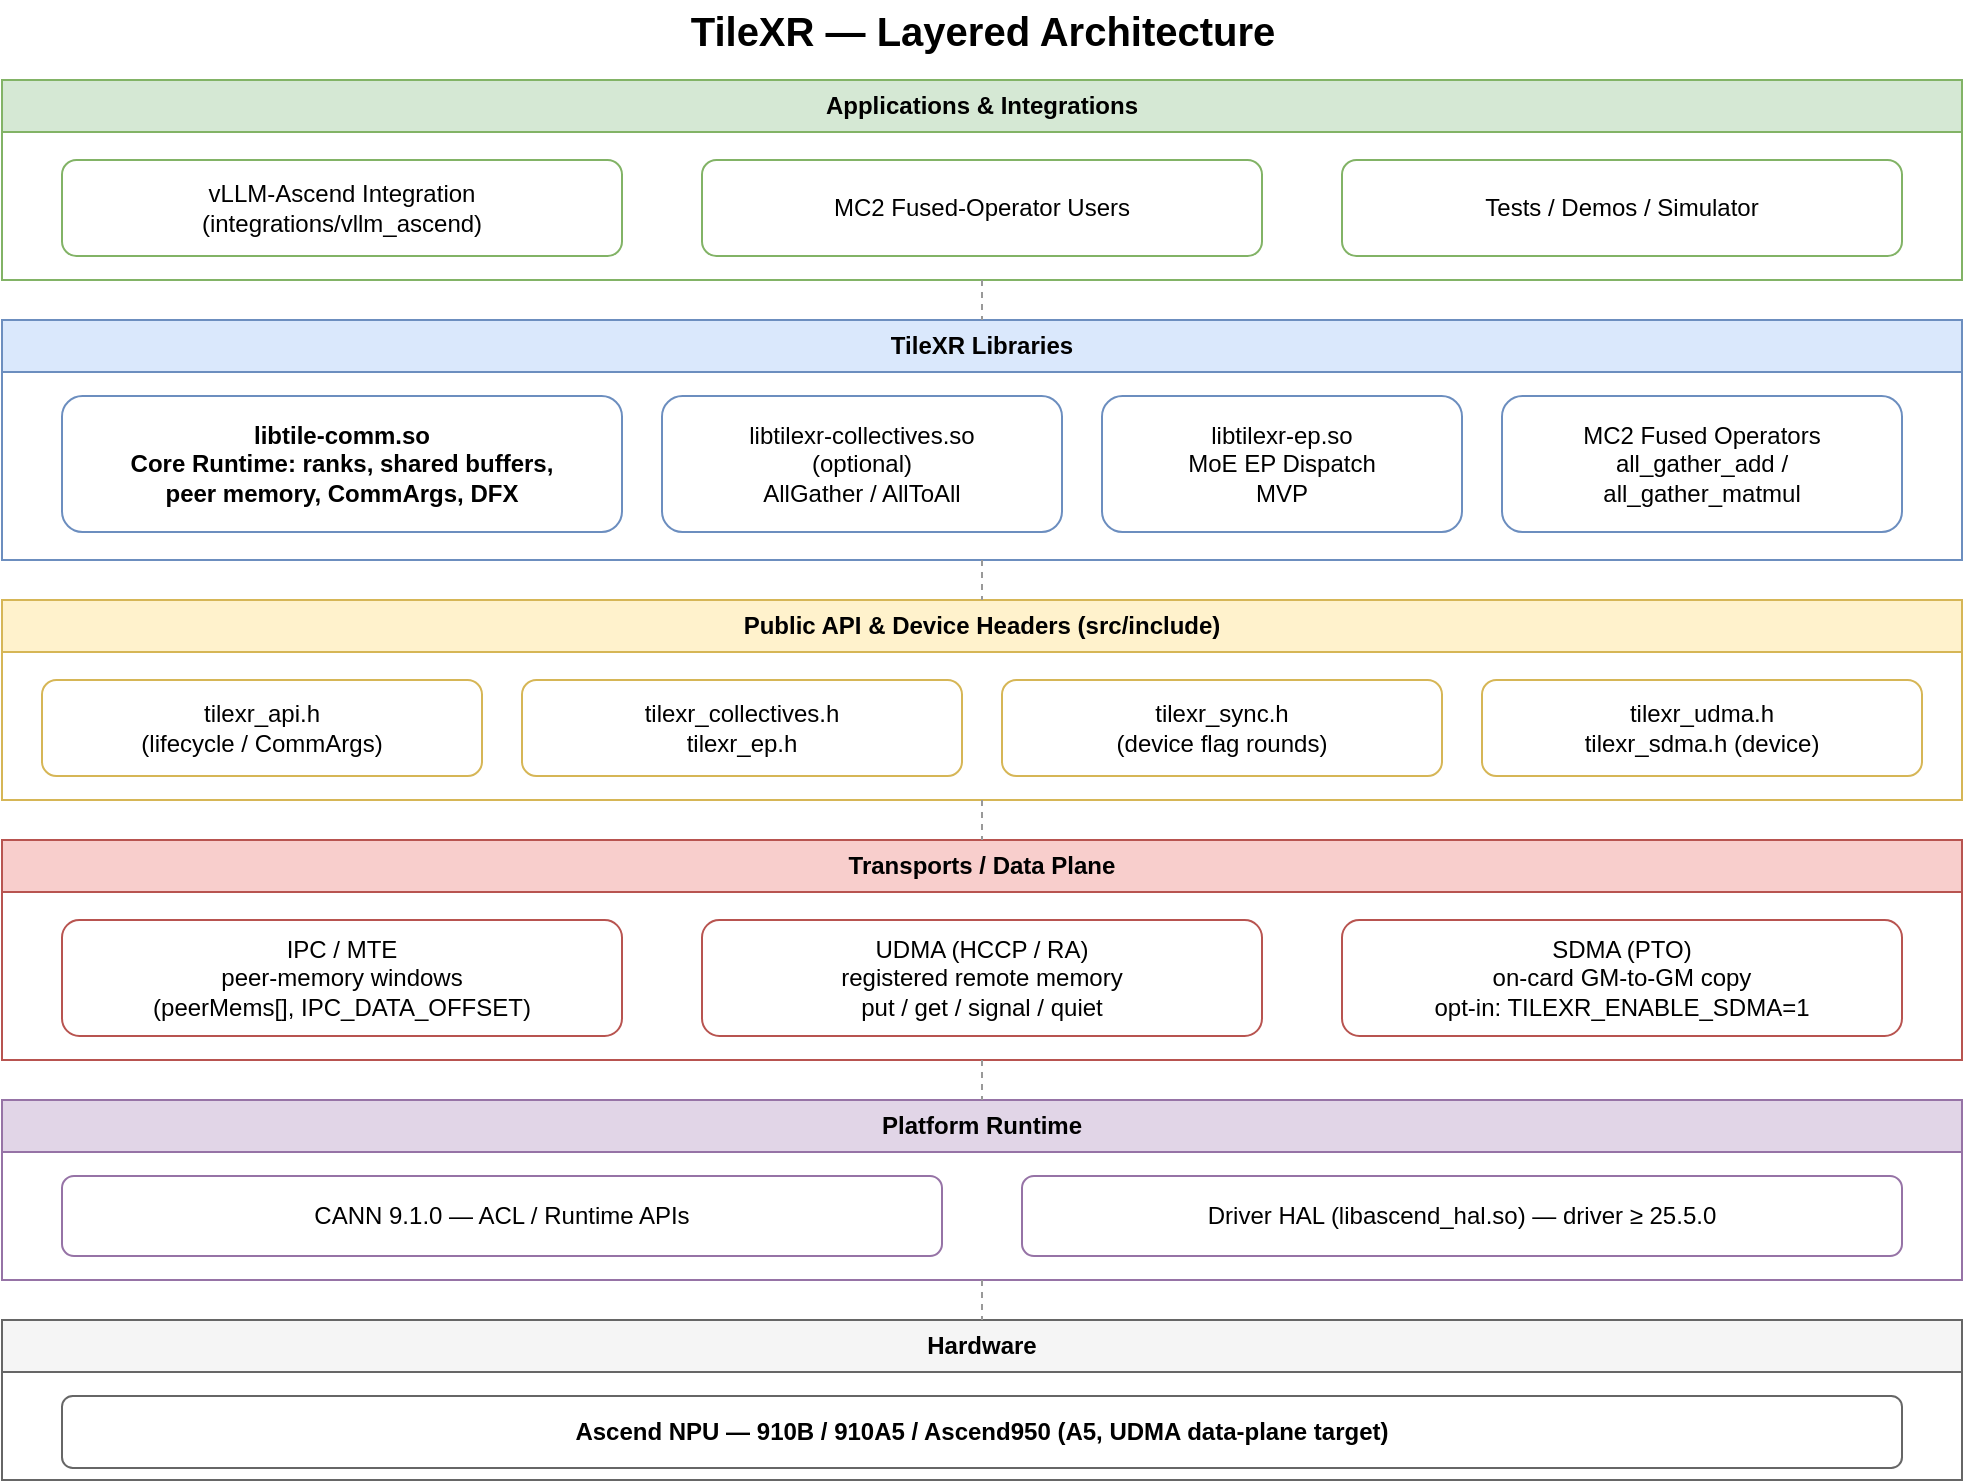
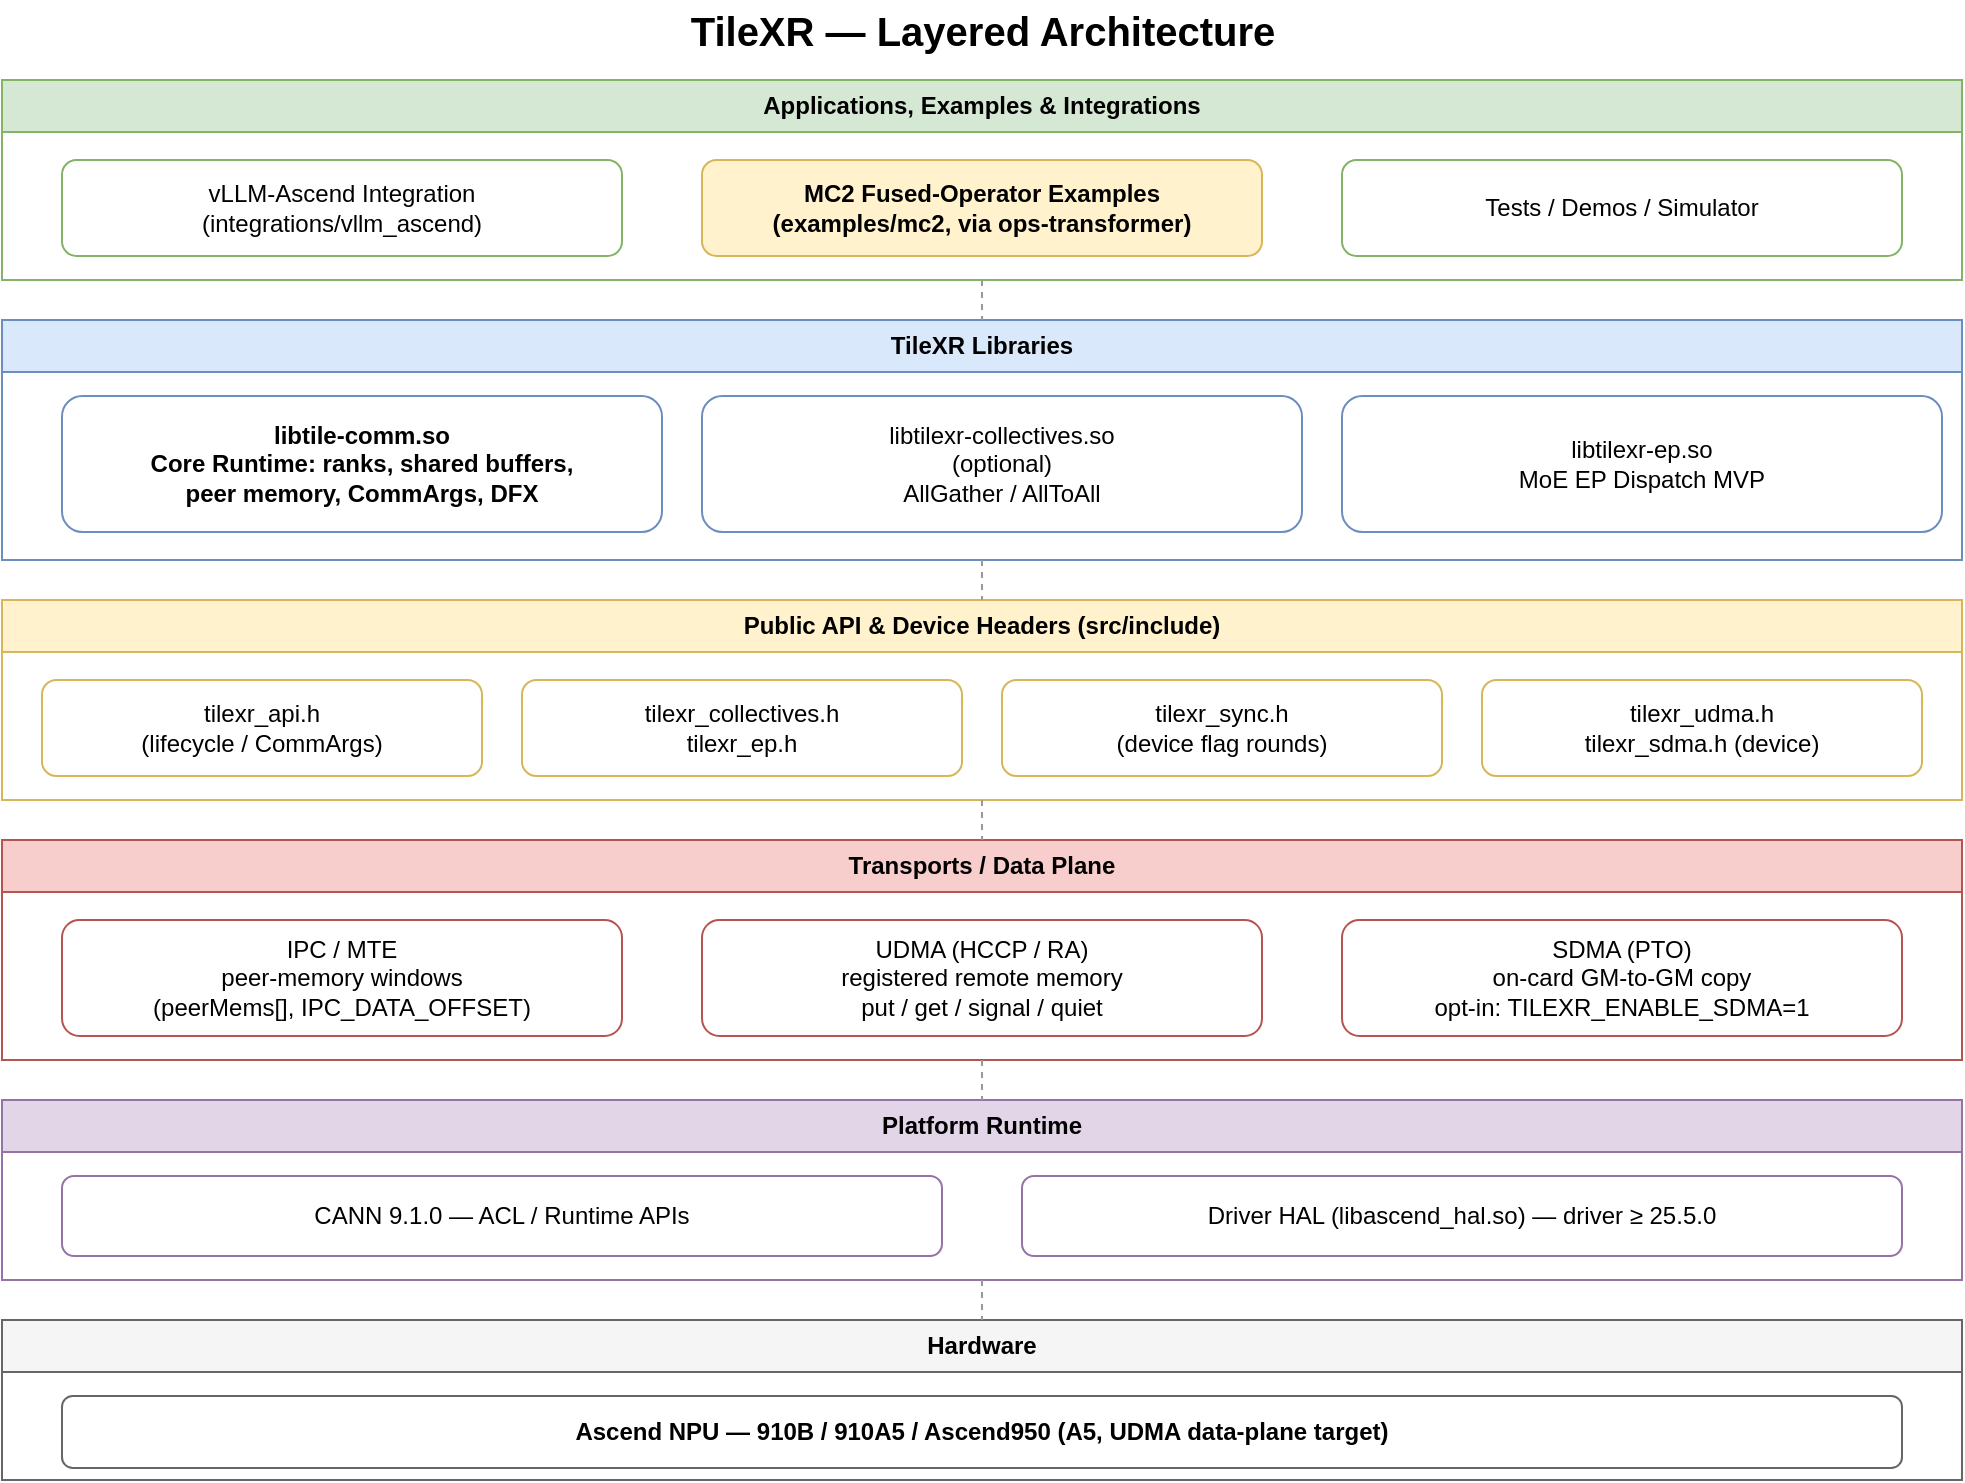
<mxGraphModel dx="1040" dy="800" grid="1" gridSize="10" guides="1" tooltips="1" connect="1" arrows="1" fold="1" page="1" pageScale="1" pageWidth="1100" pageHeight="850" math="0" shadow="0">
  <root>
    <mxCell id="0"/>
    <mxCell id="1" parent="0"/>

    <mxCell id="title" value="TileXR — Layered Architecture" style="text;html=1;align=center;verticalAlign=middle;fontSize=20;fontStyle=1;" vertex="1" parent="1">
      <mxGeometry x="40" y="10" width="980" height="30" as="geometry"/>
    </mxCell>

-     <!-- Band 1: Applications -->
-     <mxCell id="b1" value="Applications &amp; Integrations" style="swimlane;startSize=26;fillColor=#d5e8d4;strokeColor=#82b366;fontStyle=1;whiteSpace=wrap;" vertex="1" parent="1">
+     <!-- Band 1: Applications and Examples -->
+     <mxCell id="b1" value="Applications, Examples &amp; Integrations" style="swimlane;startSize=26;fillColor=#d5e8d4;strokeColor=#82b366;fontStyle=1;whiteSpace=wrap;" vertex="1" parent="1">
      <mxGeometry x="40" y="50" width="980" height="100" as="geometry"/>
    </mxCell>
    <mxCell id="b1a" value="vLLM-Ascend Integration&#10;(integrations/vllm_ascend)" style="rounded=1;whiteSpace=wrap;fillColor=#ffffff;strokeColor=#82b366;" vertex="1" parent="b1">
      <mxGeometry x="30" y="40" width="280" height="48" as="geometry"/>
    </mxCell>
-     <mxCell id="b1b" value="MC2 Fused-Operator Users" style="rounded=1;whiteSpace=wrap;fillColor=#ffffff;strokeColor=#82b366;" vertex="1" parent="b1">
+     <mxCell id="b1b" value="MC2 Fused-Operator Examples&#10;(examples/mc2, via ops-transformer)" style="rounded=1;whiteSpace=wrap;fillColor=#fff2cc;strokeColor=#d6b656;fontStyle=1;" vertex="1" parent="b1">
      <mxGeometry x="350" y="40" width="280" height="48" as="geometry"/>
    </mxCell>
    <mxCell id="b1c" value="Tests / Demos / Simulator" style="rounded=1;whiteSpace=wrap;fillColor=#ffffff;strokeColor=#82b366;" vertex="1" parent="b1">
      <mxGeometry x="670" y="40" width="280" height="48" as="geometry"/>
    </mxCell>

    <!-- Band 2: Libraries -->
    <mxCell id="b2" value="TileXR Libraries" style="swimlane;startSize=26;fillColor=#dae8fc;strokeColor=#6c8ebf;fontStyle=1;whiteSpace=wrap;" vertex="1" parent="1">
      <mxGeometry x="40" y="170" width="980" height="120" as="geometry"/>
    </mxCell>
    <mxCell id="b2a" value="libtile-comm.so&#10;Core Runtime: ranks, shared buffers,&#10;peer memory, CommArgs, DFX" style="rounded=1;whiteSpace=wrap;fillColor=#ffffff;strokeColor=#6c8ebf;fontStyle=1;" vertex="1" parent="b2">
-       <mxGeometry x="30" y="38" width="280" height="68" as="geometry"/>
+       <mxGeometry x="30" y="38" width="300" height="68" as="geometry"/>
    </mxCell>
    <mxCell id="b2b" value="libtilexr-collectives.so&#10;(optional)&#10;AllGather / AllToAll" style="rounded=1;whiteSpace=wrap;fillColor=#ffffff;strokeColor=#6c8ebf;" vertex="1" parent="b2">
-       <mxGeometry x="330" y="38" width="200" height="68" as="geometry"/>
+       <mxGeometry x="350" y="38" width="300" height="68" as="geometry"/>
    </mxCell>
-     <mxCell id="b2c" value="libtilexr-ep.so&#10;MoE EP Dispatch&#10;MVP" style="rounded=1;whiteSpace=wrap;fillColor=#ffffff;strokeColor=#6c8ebf;" vertex="1" parent="b2">
-       <mxGeometry x="550" y="38" width="180" height="68" as="geometry"/>
-     </mxCell>
-     <mxCell id="b2d" value="MC2 Fused Operators&#10;all_gather_add /&#10;all_gather_matmul" style="rounded=1;whiteSpace=wrap;fillColor=#ffffff;strokeColor=#6c8ebf;" vertex="1" parent="b2">
-       <mxGeometry x="750" y="38" width="200" height="68" as="geometry"/>
+     <mxCell id="b2c" value="libtilexr-ep.so&#10;MoE EP Dispatch MVP" style="rounded=1;whiteSpace=wrap;fillColor=#ffffff;strokeColor=#6c8ebf;" vertex="1" parent="b2">
+       <mxGeometry x="670" y="38" width="300" height="68" as="geometry"/>
    </mxCell>

    <!-- Band 3: Public API + device headers -->
    <mxCell id="b3" value="Public API &amp; Device Headers (src/include)" style="swimlane;startSize=26;fillColor=#fff2cc;strokeColor=#d6b656;fontStyle=1;whiteSpace=wrap;" vertex="1" parent="1">
      <mxGeometry x="40" y="310" width="980" height="100" as="geometry"/>
    </mxCell>
    <mxCell id="b3a" value="tilexr_api.h&#10;(lifecycle / CommArgs)" style="rounded=1;whiteSpace=wrap;fillColor=#ffffff;strokeColor=#d6b656;" vertex="1" parent="b3">
      <mxGeometry x="20" y="40" width="220" height="48" as="geometry"/>
    </mxCell>
    <mxCell id="b3b" value="tilexr_collectives.h&#10;tilexr_ep.h" style="rounded=1;whiteSpace=wrap;fillColor=#ffffff;strokeColor=#d6b656;" vertex="1" parent="b3">
      <mxGeometry x="260" y="40" width="220" height="48" as="geometry"/>
    </mxCell>
    <mxCell id="b3c" value="tilexr_sync.h&#10;(device flag rounds)" style="rounded=1;whiteSpace=wrap;fillColor=#ffffff;strokeColor=#d6b656;" vertex="1" parent="b3">
      <mxGeometry x="500" y="40" width="220" height="48" as="geometry"/>
    </mxCell>
    <mxCell id="b3d" value="tilexr_udma.h&#10;tilexr_sdma.h (device)" style="rounded=1;whiteSpace=wrap;fillColor=#ffffff;strokeColor=#d6b656;" vertex="1" parent="b3">
      <mxGeometry x="740" y="40" width="220" height="48" as="geometry"/>
    </mxCell>

    <!-- Band 4: Transports -->
    <mxCell id="b4" value="Transports / Data Plane" style="swimlane;startSize=26;fillColor=#f8cecc;strokeColor=#b85450;fontStyle=1;whiteSpace=wrap;" vertex="1" parent="1">
      <mxGeometry x="40" y="430" width="980" height="110" as="geometry"/>
    </mxCell>
    <mxCell id="b4a" value="IPC / MTE&#10;peer-memory windows&#10;(peerMems[], IPC_DATA_OFFSET)" style="rounded=1;whiteSpace=wrap;fillColor=#ffffff;strokeColor=#b85450;" vertex="1" parent="b4">
      <mxGeometry x="30" y="40" width="280" height="58" as="geometry"/>
    </mxCell>
    <mxCell id="b4b" value="UDMA (HCCP / RA)&#10;registered remote memory&#10;put / get / signal / quiet" style="rounded=1;whiteSpace=wrap;fillColor=#ffffff;strokeColor=#b85450;" vertex="1" parent="b4">
      <mxGeometry x="350" y="40" width="280" height="58" as="geometry"/>
    </mxCell>
    <mxCell id="b4c" value="SDMA (PTO)&#10;on-card GM-to-GM copy&#10;opt-in: TILEXR_ENABLE_SDMA=1" style="rounded=1;whiteSpace=wrap;fillColor=#ffffff;strokeColor=#b85450;" vertex="1" parent="b4">
      <mxGeometry x="670" y="40" width="280" height="58" as="geometry"/>
    </mxCell>

    <!-- Band 5: Platform -->
    <mxCell id="b5" value="Platform Runtime" style="swimlane;startSize=26;fillColor=#e1d5e7;strokeColor=#9673a6;fontStyle=1;whiteSpace=wrap;" vertex="1" parent="1">
      <mxGeometry x="40" y="560" width="980" height="90" as="geometry"/>
    </mxCell>
    <mxCell id="b5a" value="CANN 9.1.0 — ACL / Runtime APIs" style="rounded=1;whiteSpace=wrap;fillColor=#ffffff;strokeColor=#9673a6;" vertex="1" parent="b5">
      <mxGeometry x="30" y="38" width="440" height="40" as="geometry"/>
    </mxCell>
    <mxCell id="b5b" value="Driver HAL (libascend_hal.so) — driver &#8805; 25.5.0" style="rounded=1;whiteSpace=wrap;fillColor=#ffffff;strokeColor=#9673a6;" vertex="1" parent="b5">
      <mxGeometry x="510" y="38" width="440" height="40" as="geometry"/>
    </mxCell>

    <!-- Band 6: Hardware -->
    <mxCell id="b6" value="Hardware" style="swimlane;startSize=26;fillColor=#f5f5f5;strokeColor=#666666;fontStyle=1;whiteSpace=wrap;" vertex="1" parent="1">
      <mxGeometry x="40" y="670" width="980" height="80" as="geometry"/>
    </mxCell>
    <mxCell id="b6a" value="Ascend NPU  —  910B  /  910A5  /  Ascend950 (A5, UDMA data-plane target)" style="rounded=1;whiteSpace=wrap;fillColor=#ffffff;strokeColor=#666666;fontStyle=1;" vertex="1" parent="b6">
      <mxGeometry x="30" y="38" width="920" height="36" as="geometry"/>
    </mxCell>

    <!-- vertical connectors between bands -->
    <mxCell id="e1" style="edgeStyle=orthogonalEdgeStyle;rounded=0;endArrow=none;strokeColor=#999999;dashed=1;" edge="1" parent="1" source="b1" target="b2">
      <mxGeometry relative="1" as="geometry"/>
    </mxCell>
    <mxCell id="e2" style="edgeStyle=orthogonalEdgeStyle;rounded=0;endArrow=none;strokeColor=#999999;dashed=1;" edge="1" parent="1" source="b2" target="b3">
      <mxGeometry relative="1" as="geometry"/>
    </mxCell>
    <mxCell id="e3" style="edgeStyle=orthogonalEdgeStyle;rounded=0;endArrow=none;strokeColor=#999999;dashed=1;" edge="1" parent="1" source="b3" target="b4">
      <mxGeometry relative="1" as="geometry"/>
    </mxCell>
    <mxCell id="e4" style="edgeStyle=orthogonalEdgeStyle;rounded=0;endArrow=none;strokeColor=#999999;dashed=1;" edge="1" parent="1" source="b4" target="b5">
      <mxGeometry relative="1" as="geometry"/>
    </mxCell>
    <mxCell id="e5" style="edgeStyle=orthogonalEdgeStyle;rounded=0;endArrow=none;strokeColor=#999999;dashed=1;" edge="1" parent="1" source="b5" target="b6">
      <mxGeometry relative="1" as="geometry"/>
    </mxCell>
  </root>
</mxGraphModel>
